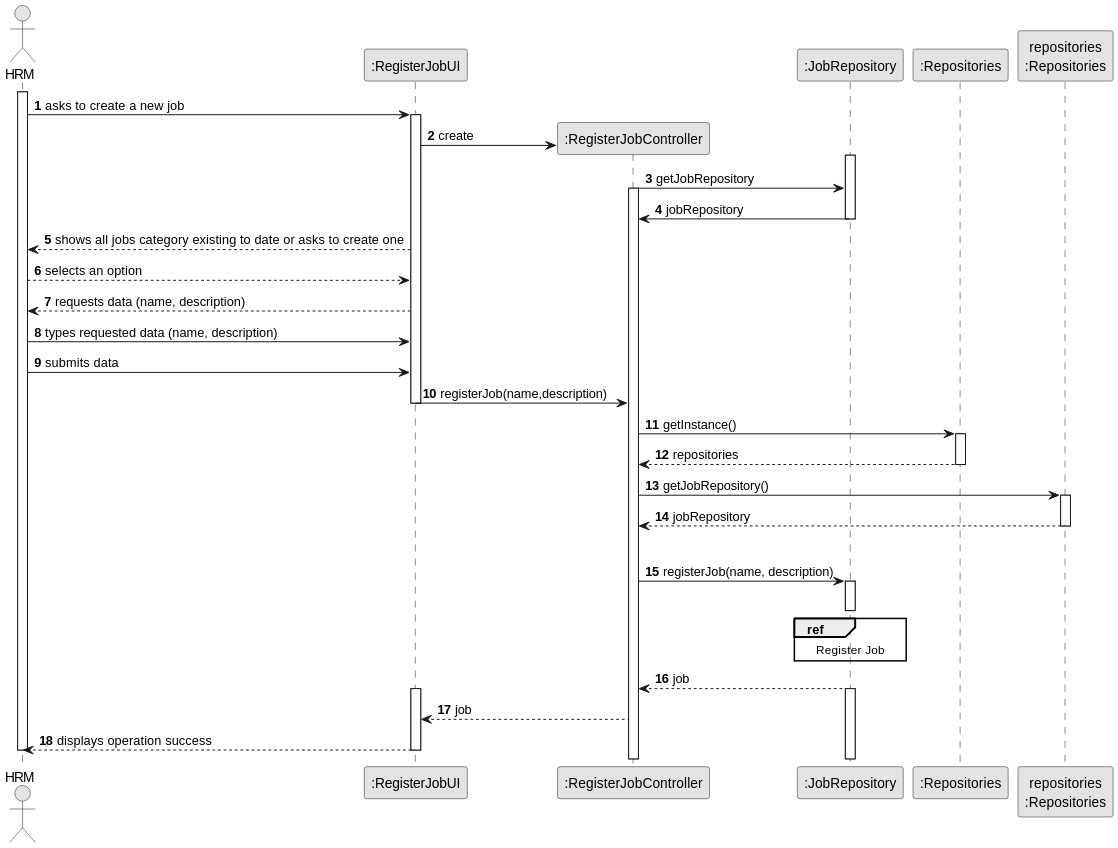
Before: docs/sprintA&B&C/us002/03.design/svg/us002-sequence-diagram-split.svg, a diagram exported from PlantUML (daniel41silva05/ISEP_2023_2024_LAPR2).
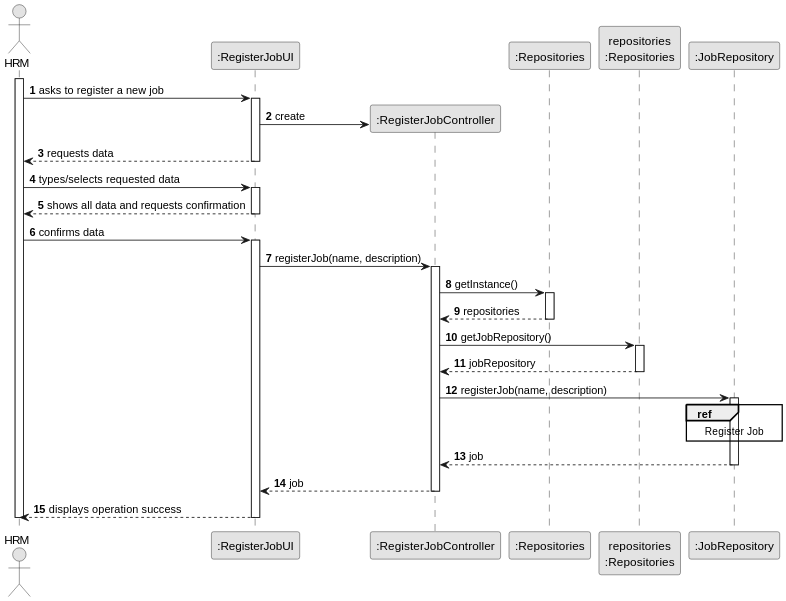
The same diagram one commit later.

Commit message:
US02 sequence diagram correction

The edit, as a diff of the source:
```diff
@@ -10,75 +10,58 @@
 actor "HRM" as HRM
 participant ":RegisterJobUI" as UI
 participant ":RegisterJobController" as CTRL
-participant ":JobRepository" as JOBS
 participant ":Repositories" as REP
-participant "repositories\n:Repositories" as PLAT
+participant "repositories\n:Repositories" as REPS
+participant ":JobRepository" as jobRepository
 
 activate HRM
 
-        HRM -> UI : asks to create a new job
+    HRM -> UI : asks to register a new job
+    activate UI
 
-        activate UI
+        UI -> CTRL** : create
 
-            create CTRL
-            UI -> CTRL** : create
+    UI --> HRM : requests data
+    deactivate UI
 
-            activate JOBS
-            CTRL -> JOBS : getJobRepository
+    HRM -> UI : types/selects requested data
+    activate UI
 
-            activate CTRL
-            JOBS -> CTRL : jobRepository
+    UI --> HRM : shows all data and requests confirmation
+    deactivate UI
 
-            deactivate JOBS
+    HRM -> UI : confirms data
+    activate UI
 
-            UI --> HRM : shows all jobs category existing to date or asks to create one
+        UI -> CTRL: registerJob(name, description)
+        activate CTRL
 
-            HRM --> UI : selects an option
+            CTRL -> REP: getInstance()
+            activate REP
 
-            UI --> HRM : requests data (name, description)
+            REP --> CTRL: repositories
+            deactivate REP
 
+            CTRL -> REPS: getJobRepository()
+            activate REPS
 
+            REPS --> CTRL: jobRepository
+            deactivate REPS
 
-    HRM -> UI : types requested data (name, description)
+            CTRL -> jobRepository: registerJob(name, description)
+            activate jobRepository
 
+                ref over jobRepository
+                    Register Job
+                end ref
 
-    HRM -> UI : submits data
+            jobRepository --> CTRL: job
+            deactivate jobRepository
 
-        UI -> CTRL : registerJob(name,description)
+        CTRL --> UI: job
+        deactivate CTRL
 
-            deactivate UI
-                CTRL -> REP : getInstance()
-                activate REP
-
-                    REP --> CTRL: repositories
-                deactivate REP
-
-                CTRL -> PLAT: getJobRepository()
-
-                activate PLAT
-
-                PLAT --> CTRL: jobRepository
-                deactivate PLAT
-
-
-            |||
-            CTRL -> JOBS: registerJob(name, description)
-
-            activate JOBS
-            ref over JOBS
-                Register Job
-            end ref
-            deactivate JOBS
-
-            JOBS --> CTRL: job
-            activate JOBS
-
-            activate UI
-            CTRL --> UI: job
-
-
-
-            UI --> HRM: displays operation success
+    UI --> HRM : displays operation success
     deactivate UI
 
 deactivate HRM
```
